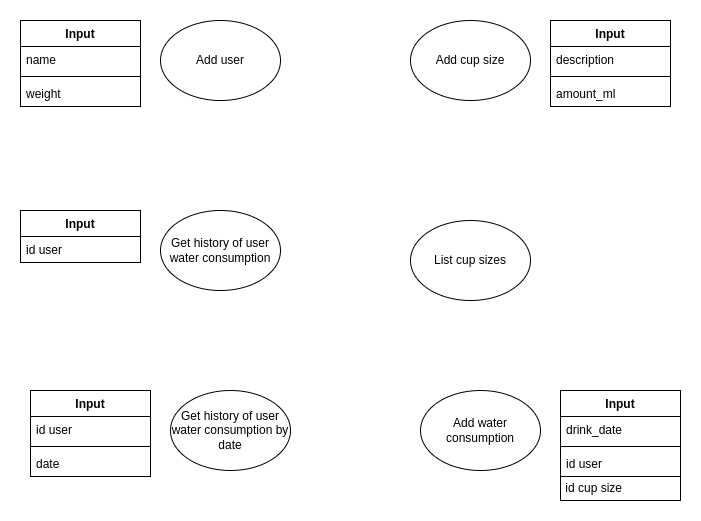
CarlosChiarelli/drink_water_tracker keeps this draw.io diagram as img/features.png. Above is the earlier version. Source tidied: cells renumbered, new cells last; positions are measured from the earlier drawing's top-left corner, leaving out a move shared by most shapes.
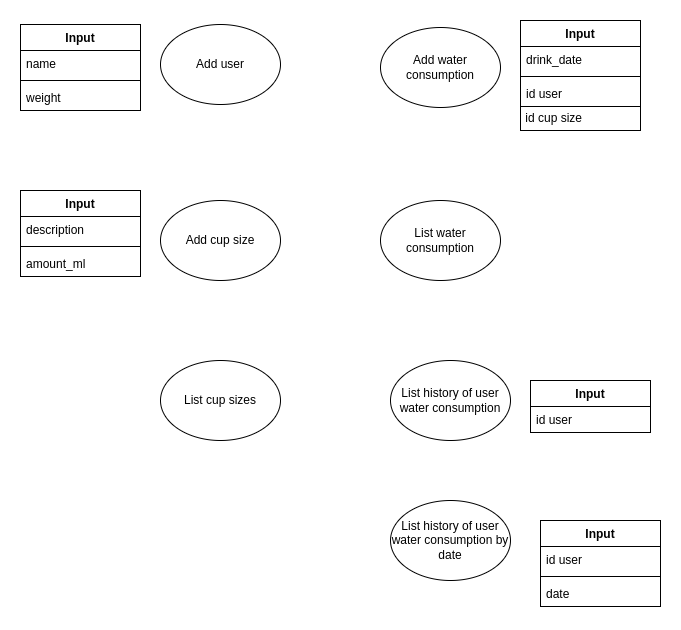
After the change.

Commit message:
feat: add 'list water consumption' feature

Change to the diagram source:
```diff
@@ -3,10 +3,10 @@
     <mxCell id="0" />
     <mxCell id="1" parent="0" />
     <mxCell id="2" value="Add user" style="ellipse;whiteSpace=wrap;html=1;" parent="1" vertex="1">
-      <mxGeometry x="140" width="120" height="80" as="geometry" />
+      <mxGeometry x="140" y="-96" width="120" height="80" as="geometry" />
     </mxCell>
     <mxCell id="3" value="Input" style="swimlane;fontStyle=1;align=center;verticalAlign=top;horizontal=1;startSize=26;whiteSpace=wrap;html=1;" parent="1" vertex="1">
-      <mxGeometry width="120" height="86" as="geometry" />
+      <mxGeometry y="-96" width="120" height="86" as="geometry" />
     </mxCell>
     <mxCell id="4" value="name" style="text;strokeColor=none;fillColor=none;align=left;verticalAlign=top;spacingLeft=4;spacingRight=4;overflow=hidden;whiteSpace=wrap;html=1;" parent="3" vertex="1">
       <mxGeometry y="26" width="120" height="26" as="geometry" />
@@ -17,20 +17,20 @@
     <mxCell id="6" value="weight" style="text;strokeColor=none;fillColor=none;align=left;verticalAlign=top;spacingLeft=4;spacingRight=4;overflow=hidden;whiteSpace=wrap;html=1;" parent="3" vertex="1">
       <mxGeometry y="60" width="120" height="26" as="geometry" />
     </mxCell>
-    <mxCell id="7" value="Get history of user water consumption" style="ellipse;whiteSpace=wrap;html=1;" parent="1" vertex="1">
-      <mxGeometry x="140" y="190" width="120" height="80" as="geometry" />
+    <mxCell id="7" value="List history of user water consumption" style="ellipse;whiteSpace=wrap;html=1;" parent="1" vertex="1">
+      <mxGeometry x="370" y="240" width="120" height="80" as="geometry" />
     </mxCell>
     <mxCell id="8" value="Input" style="swimlane;fontStyle=1;align=center;verticalAlign=top;horizontal=1;startSize=26;whiteSpace=wrap;html=1;" parent="1" vertex="1">
-      <mxGeometry y="190" width="120" height="52" as="geometry" />
+      <mxGeometry x="510" y="260" width="120" height="52" as="geometry" />
     </mxCell>
     <mxCell id="9" value="id user" style="text;strokeColor=none;fillColor=none;align=left;verticalAlign=top;spacingLeft=4;spacingRight=4;overflow=hidden;whiteSpace=wrap;html=1;" parent="8" vertex="1">
       <mxGeometry y="26" width="120" height="26" as="geometry" />
     </mxCell>
-    <mxCell id="10" value="Get history of user water consumption by date" style="ellipse;whiteSpace=wrap;html=1;" parent="1" vertex="1">
-      <mxGeometry x="150" y="370" width="120" height="80" as="geometry" />
+    <mxCell id="10" value="List history of user water consumption by date" style="ellipse;whiteSpace=wrap;html=1;" parent="1" vertex="1">
+      <mxGeometry x="370" y="380" width="120" height="80" as="geometry" />
     </mxCell>
     <mxCell id="11" value="Input" style="swimlane;fontStyle=1;align=center;verticalAlign=top;horizontal=1;startSize=26;whiteSpace=wrap;html=1;" parent="1" vertex="1">
-      <mxGeometry x="10" y="370" width="120" height="86" as="geometry" />
+      <mxGeometry x="520" y="400" width="120" height="86" as="geometry" />
     </mxCell>
     <mxCell id="12" value="id user" style="text;strokeColor=none;fillColor=none;align=left;verticalAlign=top;spacingLeft=4;spacingRight=4;overflow=hidden;whiteSpace=wrap;html=1;" parent="11" vertex="1">
       <mxGeometry y="26" width="120" height="26" as="geometry" />
@@ -42,10 +42,10 @@
       <mxGeometry y="60" width="120" height="26" as="geometry" />
     </mxCell>
     <mxCell id="15" value="Add cup size" style="ellipse;whiteSpace=wrap;html=1;" parent="1" vertex="1">
-      <mxGeometry x="390" width="120" height="80" as="geometry" />
+      <mxGeometry x="140" y="80" width="120" height="80" as="geometry" />
     </mxCell>
     <mxCell id="16" value="Input" style="swimlane;fontStyle=1;align=center;verticalAlign=top;horizontal=1;startSize=26;whiteSpace=wrap;html=1;" parent="1" vertex="1">
-      <mxGeometry x="530" width="120" height="86" as="geometry" />
+      <mxGeometry y="70" width="120" height="86" as="geometry" />
     </mxCell>
     <mxCell id="17" value="description&lt;span style=&quot;white-space: pre;&quot;&gt;&#9;&lt;/span&gt;" style="text;strokeColor=none;fillColor=none;align=left;verticalAlign=top;spacingLeft=4;spacingRight=4;overflow=hidden;whiteSpace=wrap;html=1;" parent="16" vertex="1">
       <mxGeometry y="26" width="120" height="26" as="geometry" />
@@ -57,13 +57,13 @@
       <mxGeometry y="60" width="120" height="26" as="geometry" />
     </mxCell>
     <mxCell id="20" value="List cup sizes" style="ellipse;whiteSpace=wrap;html=1;" parent="1" vertex="1">
-      <mxGeometry x="390" y="200" width="120" height="80" as="geometry" />
+      <mxGeometry x="140" y="240" width="120" height="80" as="geometry" />
     </mxCell>
     <mxCell id="21" value="Add water consumption" style="ellipse;whiteSpace=wrap;html=1;" parent="1" vertex="1">
-      <mxGeometry x="400" y="370" width="120" height="80" as="geometry" />
+      <mxGeometry x="360" y="-93" width="120" height="80" as="geometry" />
     </mxCell>
     <mxCell id="22" value="Input" style="swimlane;fontStyle=1;align=center;verticalAlign=top;horizontal=1;startSize=26;whiteSpace=wrap;html=1;" parent="1" vertex="1">
-      <mxGeometry x="540" y="370" width="120" height="86" as="geometry" />
+      <mxGeometry x="500" y="-100" width="120" height="86" as="geometry" />
     </mxCell>
     <mxCell id="23" value="drink_date" style="text;strokeColor=none;fillColor=none;align=left;verticalAlign=top;spacingLeft=4;spacingRight=4;overflow=hidden;whiteSpace=wrap;html=1;" parent="22" vertex="1">
       <mxGeometry y="26" width="120" height="26" as="geometry" />
@@ -75,7 +75,10 @@
       <mxGeometry y="60" width="120" height="26" as="geometry" />
     </mxCell>
     <mxCell id="26" value="&amp;nbsp;id cup size" style="rounded=0;whiteSpace=wrap;html=1;align=left;" parent="1" vertex="1">
-      <mxGeometry x="540" y="456" width="120" height="24" as="geometry" />
+      <mxGeometry x="500" y="-14" width="120" height="24" as="geometry" />
     </mxCell>
+    <mxCell id="27" value="List water consumption" style="ellipse;whiteSpace=wrap;html=1;" parent="1" vertex="1">
+      <mxGeometry x="360" y="80" width="120" height="80" as="geometry" />
+    </mxCell>
   </root>
 </mxGraphModel>
```
